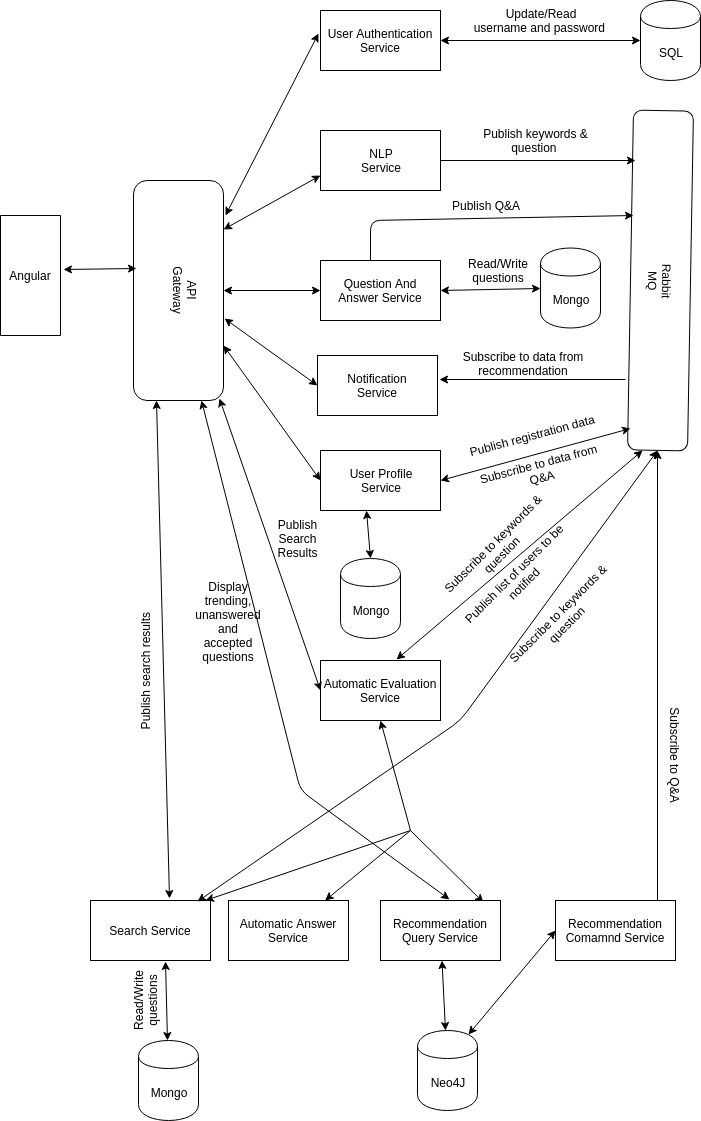
This is MAIN.png from amit-s-k/html-demo, a draw.io export, as it was before one commit. Source tidied: cells renumbered, new cells last; positions are measured from the earlier drawing's top-left corner, leaving out a move shared by most shapes. The source it was exported from:
```xml
<mxGraphModel>
  <root>
    <mxCell id="0" />
    <mxCell id="1" parent="0" />
    <mxCell id="2" value="Angular" style="rounded=0;whiteSpace=wrap;html=1;direction=south;" parent="1" vertex="1">
      <mxGeometry y="215" width="60" height="120" as="geometry" />
    </mxCell>
    <mxCell id="3" value="API&lt;br&gt;Gateway&lt;br&gt;&lt;br&gt;" style="rounded=1;whiteSpace=wrap;html=1;rotation=90;" parent="1" vertex="1">
      <mxGeometry x="68" y="245" width="220" height="90" as="geometry" />
    </mxCell>
    <mxCell id="4" style="endArrow=classic;startArrow=classic;html=1;entryX=0.4;entryY=0.967;entryDx=0;entryDy=0;entryPerimeter=0;exitX=0.45;exitY=-0.05;exitDx=0;exitDy=0;exitPerimeter=0;" parent="1" edge="1" source="2">
      <mxGeometry relative="1" as="geometry">
        <mxPoint x="136" y="268" as="targetPoint" />
      </mxGeometry>
    </mxCell>
    <mxCell id="5" value="Rabbit&lt;br&gt;MQ&lt;br&gt;" style="rounded=1;whiteSpace=wrap;html=1;rotation=91;" parent="1" vertex="1">
      <mxGeometry x="490" y="250" width="340" height="60" as="geometry" />
    </mxCell>
    <mxCell id="6" value="User Authentication Service" style="rounded=0;whiteSpace=wrap;html=1;" parent="1" vertex="1">
      <mxGeometry x="320" y="10" width="120" height="60" as="geometry" />
    </mxCell>
    <mxCell id="7" value="&lt;span&gt;NLP&lt;/span&gt;&lt;br&gt;&lt;span&gt;Service&lt;/span&gt;" style="rounded=0;whiteSpace=wrap;html=1;" parent="1" vertex="1">
      <mxGeometry x="320" y="130" width="120" height="60" as="geometry" />
    </mxCell>
    <mxCell id="8" value="&lt;span&gt;Question And Answer Service&lt;/span&gt;" style="rounded=0;whiteSpace=wrap;html=1;" parent="1" vertex="1">
      <mxGeometry x="320" y="260" width="120" height="60" as="geometry" />
    </mxCell>
    <mxCell id="9" value="&lt;span&gt;User Profile&lt;/span&gt;&lt;br&gt;&lt;span&gt;Service&lt;/span&gt;" style="rounded=0;whiteSpace=wrap;html=1;" parent="1" vertex="1">
      <mxGeometry x="320" y="450" width="120" height="60" as="geometry" />
    </mxCell>
    <mxCell id="10" value="Automatic Evaluation Service" style="rounded=0;whiteSpace=wrap;html=1;" parent="1" vertex="1">
      <mxGeometry x="320" y="660" width="120" height="60" as="geometry" />
    </mxCell>
    <mxCell id="11" value="&lt;span&gt;Notification&lt;/span&gt;&lt;br&gt;&lt;span&gt;Service&lt;/span&gt;" style="rounded=0;whiteSpace=wrap;html=1;" parent="1" vertex="1">
      <mxGeometry x="317" y="355" width="120" height="60" as="geometry" />
    </mxCell>
    <mxCell id="12" value="Mongo" style="shape=cylinder;whiteSpace=wrap;html=1;boundedLbl=1;backgroundOutline=1;" parent="1" vertex="1">
      <mxGeometry x="540" y="247.5" width="60" height="80" as="geometry" />
    </mxCell>
    <mxCell id="13" value="SQL" style="shape=cylinder;whiteSpace=wrap;html=1;boundedLbl=1;backgroundOutline=1;" parent="1" vertex="1">
      <mxGeometry x="640" width="60" height="80" as="geometry" />
    </mxCell>
    <mxCell id="14" style="endArrow=classic;startArrow=classic;html=1;entryX=-0.017;entryY=0.383;entryDx=0;entryDy=0;entryPerimeter=0;exitX=0.159;exitY=-0.022;exitDx=0;exitDy=0;exitPerimeter=0;" parent="1" edge="1" source="3" target="6">
      <mxGeometry relative="1" as="geometry" />
    </mxCell>
    <mxCell id="15" style="endArrow=classic;startArrow=classic;html=1;entryX=0;entryY=0.75;entryDx=0;entryDy=0;exitX=0.223;exitY=0;exitDx=0;exitDy=0;exitPerimeter=0;" parent="1" edge="1" source="3" target="7">
      <mxGeometry relative="1" as="geometry" />
    </mxCell>
    <mxCell id="16" style="endArrow=classic;startArrow=classic;html=1;entryX=0;entryY=0.5;entryDx=0;entryDy=0;" parent="1" edge="1" source="3" target="8">
      <mxGeometry relative="1" as="geometry" />
    </mxCell>
    <mxCell id="17" style="endArrow=classic;startArrow=classic;html=1;entryX=0;entryY=0.5;entryDx=0;entryDy=0;exitX=0.75;exitY=0;exitDx=0;exitDy=0;" parent="1" edge="1" source="3" target="9">
      <mxGeometry relative="1" as="geometry" />
    </mxCell>
    <mxCell id="18" style="endArrow=classic;startArrow=classic;html=1;entryX=0;entryY=0.5;entryDx=0;entryDy=0;exitX=0.627;exitY=-0.011;exitDx=0;exitDy=0;exitPerimeter=0;" parent="1" edge="1" source="3" target="11">
      <mxGeometry relative="1" as="geometry" />
    </mxCell>
    <mxCell id="19" style="endArrow=classic;startArrow=classic;html=1;exitX=1;exitY=0.5;exitDx=0;exitDy=0;" parent="1" edge="1" source="6" target="13">
      <mxGeometry relative="1" as="geometry" />
    </mxCell>
    <mxCell id="20" style="endArrow=classic;startArrow=classic;html=1;exitX=1;exitY=0.5;exitDx=0;exitDy=0;entryX=0.937;entryY=0.957;entryDx=0;entryDy=0;entryPerimeter=0;" parent="1" edge="1" source="9" target="5">
      <mxGeometry relative="1" as="geometry" />
    </mxCell>
    <mxCell id="21" style="endArrow=classic;startArrow=classic;html=1;entryX=0;entryY=0.5;entryDx=0;entryDy=0;exitX=1;exitY=0.5;exitDx=0;exitDy=0;" parent="1" edge="1" source="8" target="12">
      <mxGeometry relative="1" as="geometry" />
    </mxCell>
    <mxCell id="22" value="Mongo" style="shape=cylinder;whiteSpace=wrap;html=1;boundedLbl=1;backgroundOutline=1;" parent="1" vertex="1">
      <mxGeometry x="340" y="558" width="60" height="80" as="geometry" />
    </mxCell>
    <mxCell id="23" style="endArrow=classic;startArrow=classic;html=1;entryX=0.5;entryY=0;entryDx=0;entryDy=0;" parent="1" edge="1" target="22">
      <mxGeometry relative="1" as="geometry">
        <mxPoint x="366" y="510" as="sourcePoint" />
      </mxGeometry>
    </mxCell>
    <mxCell id="24" style="endArrow=classic;startArrow=classic;html=1;exitX=1;exitY=0.5;exitDx=0;exitDy=0;entryX=0.85;entryY=0.167;entryDx=0;entryDy=0;entryPerimeter=0;" parent="1" edge="1" source="5" target="45">
      <mxGeometry relative="1" as="geometry" />
    </mxCell>
    <mxCell id="25" style="endArrow=classic;startArrow=classic;html=1;exitX=1;exitY=0.75;exitDx=0;exitDy=0;entryX=0.633;entryY=-0.017;entryDx=0;entryDy=0;entryPerimeter=0;" parent="1" edge="1" source="5" target="10">
      <mxGeometry relative="1" as="geometry" />
    </mxCell>
    <mxCell id="26" value="Update/Read&lt;br&gt;username and password&amp;nbsp;" style="text;html=1;strokeColor=none;fillColor=none;align=center;verticalAlign=middle;whiteSpace=wrap;rounded=0;" parent="1" vertex="1">
      <mxGeometry x="455" y="10" width="170" height="20" as="geometry" />
    </mxCell>
    <mxCell id="27" value="&lt;div style=&quot;text-align: center&quot;&gt;&lt;span&gt;Publish keywords &amp;amp; question&amp;nbsp;&lt;/span&gt;&lt;/div&gt;" style="text;html=1;strokeColor=none;fillColor=none;align=center;verticalAlign=middle;whiteSpace=wrap;rounded=0;" parent="1" vertex="1">
      <mxGeometry x="480" y="130" width="111" height="20" as="geometry" />
    </mxCell>
    <mxCell id="28" value="&lt;div style=&quot;text-align: center&quot;&gt;&lt;span&gt;Subscribe to keywords &amp;amp; question&amp;nbsp;&lt;/span&gt;&lt;/div&gt;" style="text;html=1;strokeColor=none;fillColor=none;align=center;verticalAlign=middle;whiteSpace=wrap;rounded=0;rotation=-45;" parent="1" vertex="1">
      <mxGeometry x="490" y="608" width="145" height="20" as="geometry" />
    </mxCell>
    <mxCell id="29" value="Publish search results&amp;nbsp;" style="text;html=1;strokeColor=none;fillColor=none;align=center;verticalAlign=middle;whiteSpace=wrap;rounded=0;rotation=-90;" parent="1" vertex="1">
      <mxGeometry x="80" y="660" width="130" height="20" as="geometry" />
    </mxCell>
    <mxCell id="30" value="Publish registration data" style="text;html=1;strokeColor=none;fillColor=none;align=center;verticalAlign=middle;whiteSpace=wrap;rounded=0;rotation=-15;" parent="1" vertex="1">
      <mxGeometry x="461" y="425" width="140" height="20" as="geometry" />
    </mxCell>
    <mxCell id="31" value="Subscribe to data from Q&amp;amp;A" style="text;html=1;strokeColor=none;fillColor=none;align=center;verticalAlign=middle;whiteSpace=wrap;rounded=0;rotation=-15;" parent="1" vertex="1">
      <mxGeometry x="470" y="460" width="140" height="20" as="geometry" />
    </mxCell>
    <mxCell id="32" value="&lt;div style=&quot;text-align: center&quot;&gt;&lt;span&gt;Subscribe to keywords &amp;amp; question&amp;nbsp;&lt;/span&gt;&lt;/div&gt;" style="text;html=1;strokeColor=none;fillColor=none;align=center;verticalAlign=middle;whiteSpace=wrap;rounded=0;rotation=-45;" parent="1" vertex="1">
      <mxGeometry x="425" y="538" width="145" height="20" as="geometry" />
    </mxCell>
    <mxCell id="33" value="Publish list of users to be notified&lt;br&gt;&lt;br&gt;" style="text;html=1;strokeColor=none;fillColor=none;align=center;verticalAlign=middle;whiteSpace=wrap;rounded=0;rotation=-45;" parent="1" vertex="1">
      <mxGeometry x="447" y="568" width="153" height="30" as="geometry" />
    </mxCell>
    <mxCell id="34" style="endArrow=classic;html=1;entryX=0.958;entryY=0;entryDx=0;entryDy=0;entryPerimeter=0;" parent="1" edge="1" target="48">
      <mxGeometry relative="1" as="geometry">
        <mxPoint x="410" y="830" as="sourcePoint" />
      </mxGeometry>
    </mxCell>
    <mxCell id="35" style="endArrow=classic;html=1;" parent="1" edge="1" target="49">
      <mxGeometry relative="1" as="geometry">
        <mxPoint x="410" y="830" as="sourcePoint" />
      </mxGeometry>
    </mxCell>
    <mxCell id="36" style="endArrow=classic;html=1;entryX=0.858;entryY=0.033;entryDx=0;entryDy=0;entryPerimeter=0;" parent="1" edge="1" target="50">
      <mxGeometry relative="1" as="geometry">
        <mxPoint x="410" y="830" as="sourcePoint" />
      </mxGeometry>
    </mxCell>
    <mxCell id="37" style="endArrow=classic;html=1;entryX=0.31;entryY=0.969;entryDx=0;entryDy=0;entryPerimeter=0;exitX=0.417;exitY=0;exitDx=0;exitDy=0;exitPerimeter=0;" parent="1" edge="1" source="8" target="5">
      <mxGeometry relative="1" as="geometry">
        <Array as="points">
          <mxPoint x="370" y="220" />
        </Array>
      </mxGeometry>
    </mxCell>
    <mxCell id="38" value="Read/Write questions" style="text;html=1;strokeColor=none;fillColor=none;align=center;verticalAlign=middle;whiteSpace=wrap;rounded=0;rotation=0;" parent="1" vertex="1">
      <mxGeometry x="457.5" y="260" width="80" height="20" as="geometry" />
    </mxCell>
    <mxCell id="39" value="Publish Q&amp;amp;A" style="text;html=1;align=left;verticalAlign=top;spacingTop=-4;" parent="1" vertex="1">
      <mxGeometry x="450" y="196" width="80" height="20" as="geometry" />
    </mxCell>
    <mxCell id="40" value="Subscribe to data from recommendation" style="text;html=1;strokeColor=none;fillColor=none;align=center;verticalAlign=middle;whiteSpace=wrap;rounded=0;rotation=0;" parent="1" vertex="1">
      <mxGeometry x="457.5" y="352.5" width="130" height="20" as="geometry" />
    </mxCell>
    <mxCell id="41" style="endArrow=classic;html=1;entryX=1.017;entryY=0.4;entryDx=0;entryDy=0;entryPerimeter=0;" parent="1" edge="1" target="11">
      <mxGeometry relative="1" as="geometry">
        <mxPoint x="625" y="379" as="sourcePoint" />
      </mxGeometry>
    </mxCell>
    <mxCell id="42" value="Subscribe to Q&amp;amp;A" style="text;html=1;strokeColor=none;fillColor=none;align=center;verticalAlign=middle;whiteSpace=wrap;rounded=0;rotation=90;" parent="1" vertex="1">
      <mxGeometry x="619" y="740" width="112" height="30" as="geometry" />
    </mxCell>
    <mxCell id="43" style="endArrow=classic;html=1;exitX=1;exitY=0.5;exitDx=0;exitDy=0;entryX=0.148;entryY=0.952;entryDx=0;entryDy=0;entryPerimeter=0;" parent="1" edge="1" source="7" target="5">
      <mxGeometry relative="1" as="geometry" />
    </mxCell>
    <mxCell id="44" style="endArrow=classic;startArrow=classic;html=1;exitX=1;exitY=0.25;exitDx=0;exitDy=0;entryX=0.575;entryY=-0.017;entryDx=0;entryDy=0;entryPerimeter=0;" parent="1" edge="1" source="3" target="50">
      <mxGeometry relative="1" as="geometry">
        <Array as="points">
          <mxPoint x="300" y="790" />
        </Array>
      </mxGeometry>
    </mxCell>
    <mxCell id="45" value="Recommendation Comamnd Service" style="rounded=0;whiteSpace=wrap;html=1;" parent="1" vertex="1">
      <mxGeometry x="555" y="900" width="120" height="60" as="geometry" />
    </mxCell>
    <mxCell id="46" style="endArrow=classic;startArrow=classic;html=1;entryX=0;entryY=0.5;entryDx=0;entryDy=0;exitX=0.85;exitY=0.05;exitDx=0;exitDy=0;exitPerimeter=0;" parent="1" edge="1" source="51" target="45">
      <mxGeometry relative="1" as="geometry" />
    </mxCell>
    <mxCell id="47" style="endArrow=classic;startArrow=classic;html=1;exitX=0.991;exitY=0.044;exitDx=0;exitDy=0;entryX=0;entryY=0.5;entryDx=0;entryDy=0;exitPerimeter=0;" parent="1" edge="1" source="3" target="10">
      <mxGeometry relative="1" as="geometry" />
    </mxCell>
    <mxCell id="48" value="Search Service" style="rounded=0;whiteSpace=wrap;html=1;" parent="1" vertex="1">
      <mxGeometry x="90" y="900" width="120" height="60" as="geometry" />
    </mxCell>
    <mxCell id="49" value="Automatic Answer Service" style="rounded=0;whiteSpace=wrap;html=1;" parent="1" vertex="1">
      <mxGeometry x="228" y="900" width="120" height="60" as="geometry" />
    </mxCell>
    <mxCell id="50" value="Recommendation Query&amp;nbsp;Service" style="rounded=0;whiteSpace=wrap;html=1;" parent="1" vertex="1">
      <mxGeometry x="380" y="900" width="120" height="60" as="geometry" />
    </mxCell>
    <mxCell id="51" value="Neo4J" style="shape=cylinder;whiteSpace=wrap;html=1;boundedLbl=1;backgroundOutline=1;" parent="1" vertex="1">
      <mxGeometry x="417" y="1030" width="60" height="80" as="geometry" />
    </mxCell>
    <mxCell id="52" style="endArrow=classic;startArrow=classic;html=1;" parent="1" edge="1" source="51" target="50">
      <mxGeometry relative="1" as="geometry" />
    </mxCell>
    <mxCell id="53" style="endArrow=classic;startArrow=classic;html=1;exitX=1;exitY=0.75;exitDx=0;exitDy=0;entryX=0.658;entryY=-0.033;entryDx=0;entryDy=0;entryPerimeter=0;" parent="1" edge="1" source="3" target="48">
      <mxGeometry relative="1" as="geometry" />
    </mxCell>
    <mxCell id="54" style="endArrow=classic;html=1;entryX=0.5;entryY=1;entryDx=0;entryDy=0;" parent="1" edge="1" target="10">
      <mxGeometry relative="1" as="geometry">
        <mxPoint x="410" y="830" as="sourcePoint" />
      </mxGeometry>
    </mxCell>
    <mxCell id="55" value="Mongo" style="shape=cylinder;whiteSpace=wrap;html=1;boundedLbl=1;backgroundOutline=1;" parent="1" vertex="1">
      <mxGeometry x="138" y="1040" width="60" height="80" as="geometry" />
    </mxCell>
    <mxCell id="56" style="endArrow=classic;startArrow=classic;html=1;entryX=0.625;entryY=1.017;entryDx=0;entryDy=0;entryPerimeter=0;" parent="1" edge="1" source="55" target="48">
      <mxGeometry relative="1" as="geometry" />
    </mxCell>
    <mxCell id="57" value="Read/Write questions" style="text;html=1;strokeColor=none;fillColor=none;align=center;verticalAlign=middle;whiteSpace=wrap;rounded=0;rotation=-90;" parent="1" vertex="1">
      <mxGeometry x="105" y="990" width="80" height="20" as="geometry" />
    </mxCell>
    <mxCell id="58" style="endArrow=classic;startArrow=classic;html=1;entryX=1;entryY=0.5;entryDx=0;entryDy=0;exitX=0.892;exitY=0.017;exitDx=0;exitDy=0;exitPerimeter=0;" parent="1" edge="1" source="48" target="5">
      <mxGeometry relative="1" as="geometry">
        <Array as="points">
          <mxPoint x="460" y="720" />
        </Array>
      </mxGeometry>
    </mxCell>
    <mxCell id="59" value="Publish Search Results" style="text;html=1;strokeColor=none;fillColor=none;align=center;verticalAlign=middle;whiteSpace=wrap;rounded=0;" parent="1" vertex="1">
      <mxGeometry x="277" y="528" width="40" height="20" as="geometry" />
    </mxCell>
    <mxCell id="60" value="Display trending, unanswered and accepted questions&lt;br&gt;&lt;br&gt;" style="text;html=1;strokeColor=none;fillColor=none;align=center;verticalAlign=middle;whiteSpace=wrap;rounded=0;" parent="1" vertex="1">
      <mxGeometry x="208" y="618" width="40" height="20" as="geometry" />
    </mxCell>
  </root>
</mxGraphModel>
```
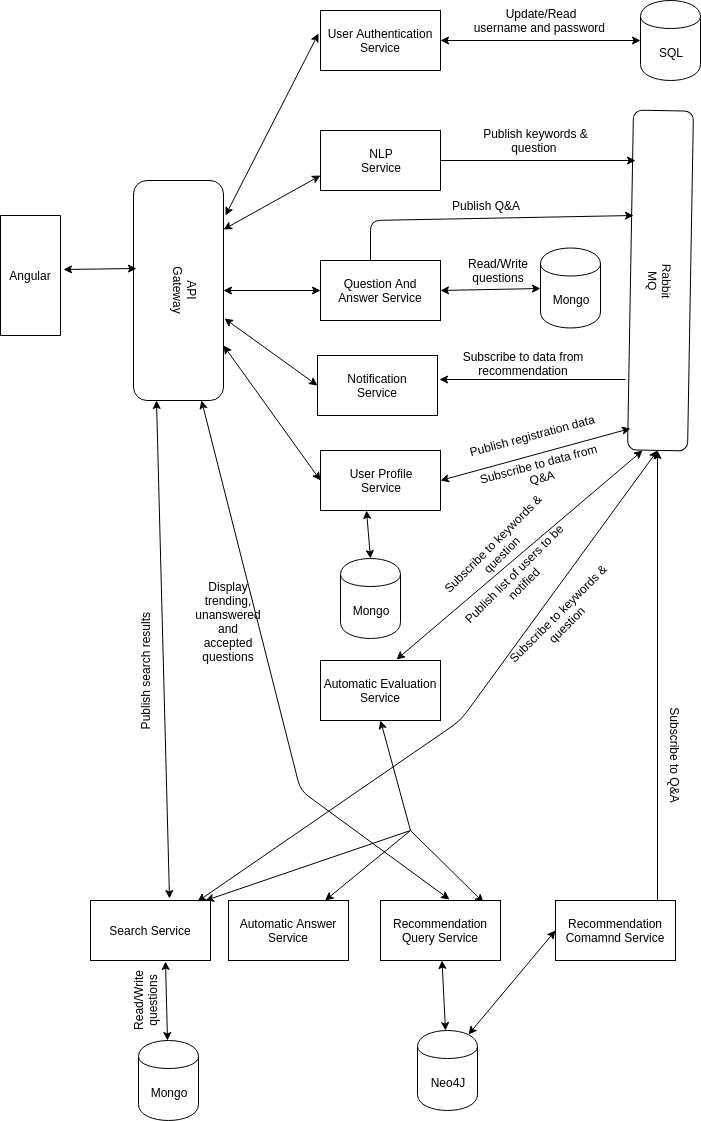
After the change.

Change to the diagram source:
```diff
@@ -157,9 +157,6 @@
     <mxCell id="46" style="endArrow=classic;startArrow=classic;html=1;entryX=0;entryY=0.5;entryDx=0;entryDy=0;exitX=0.85;exitY=0.05;exitDx=0;exitDy=0;exitPerimeter=0;" parent="1" edge="1" source="51" target="45">
       <mxGeometry relative="1" as="geometry" />
     </mxCell>
-    <mxCell id="47" style="endArrow=classic;startArrow=classic;html=1;exitX=0.991;exitY=0.044;exitDx=0;exitDy=0;entryX=0;entryY=0.5;entryDx=0;entryDy=0;exitPerimeter=0;" parent="1" edge="1" source="3" target="10">
-      <mxGeometry relative="1" as="geometry" />
-    </mxCell>
     <mxCell id="48" value="Search Service" style="rounded=0;whiteSpace=wrap;html=1;" parent="1" vertex="1">
       <mxGeometry x="90" y="900" width="120" height="60" as="geometry" />
     </mxCell>
@@ -199,9 +196,6 @@
         </Array>
       </mxGeometry>
     </mxCell>
-    <mxCell id="59" value="Publish Search Results" style="text;html=1;strokeColor=none;fillColor=none;align=center;verticalAlign=middle;whiteSpace=wrap;rounded=0;" parent="1" vertex="1">
-      <mxGeometry x="277" y="528" width="40" height="20" as="geometry" />
-    </mxCell>
     <mxCell id="60" value="Display trending, unanswered and accepted questions&lt;br&gt;&lt;br&gt;" style="text;html=1;strokeColor=none;fillColor=none;align=center;verticalAlign=middle;whiteSpace=wrap;rounded=0;" parent="1" vertex="1">
       <mxGeometry x="208" y="618" width="40" height="20" as="geometry" />
     </mxCell>
```
